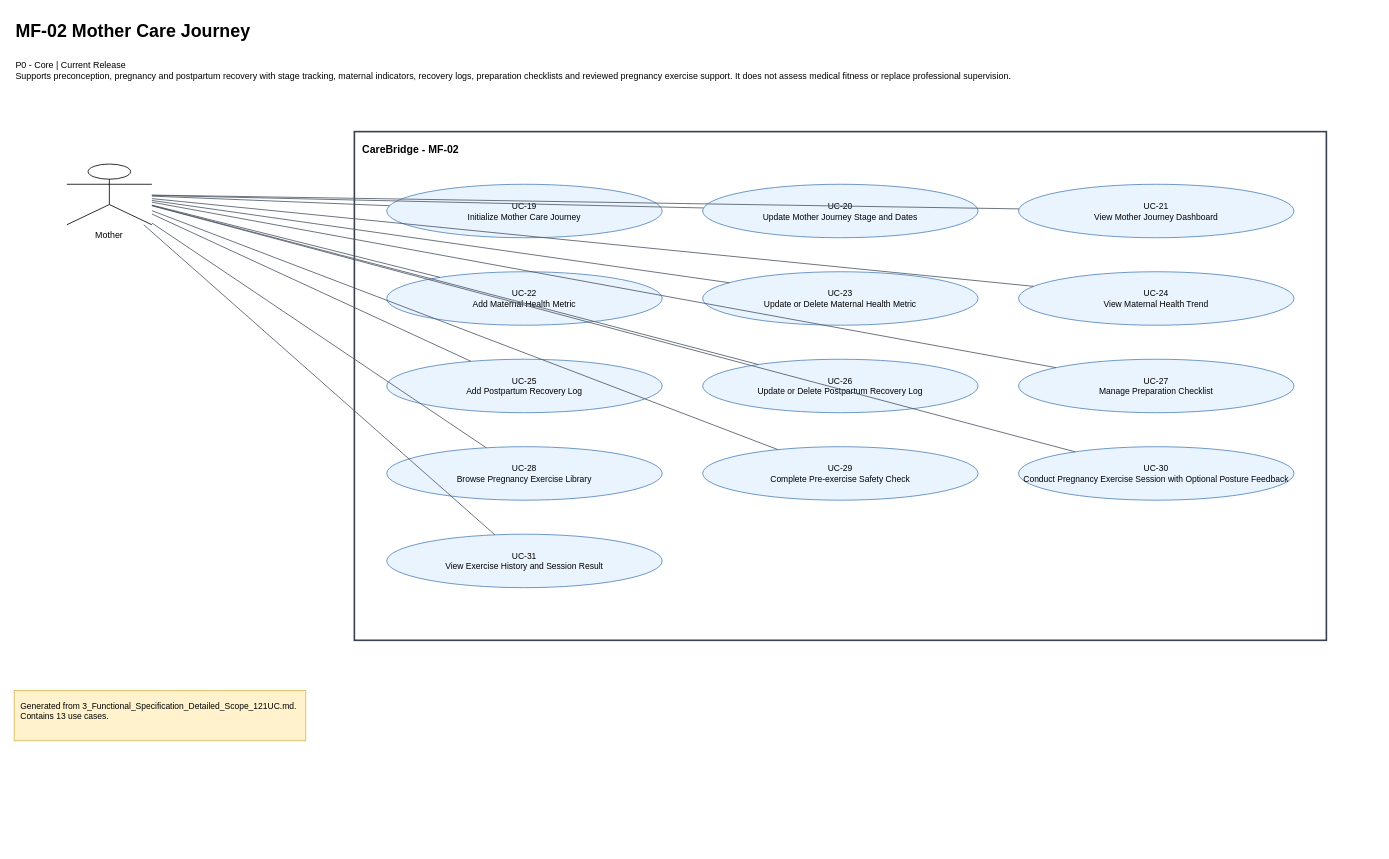
Before: page "D-02. MF-02 Mother Care Journey" (2 of 14) of 02_Requirements/UseCase/CareBridge_Use_Case_Diagrams.drawio in ChuongBDHE172784/CareBridge_SEP490_G79, a draw.io diagram. Source tidied: cells renumbered, new cells numbered last; positions are measured from the earlier drawing's top-left corner, leaving out a move shared by most shapes. Both pictures are drawn from the tidied source at 81%, with x=0, y=0 at pixel (14, 14).
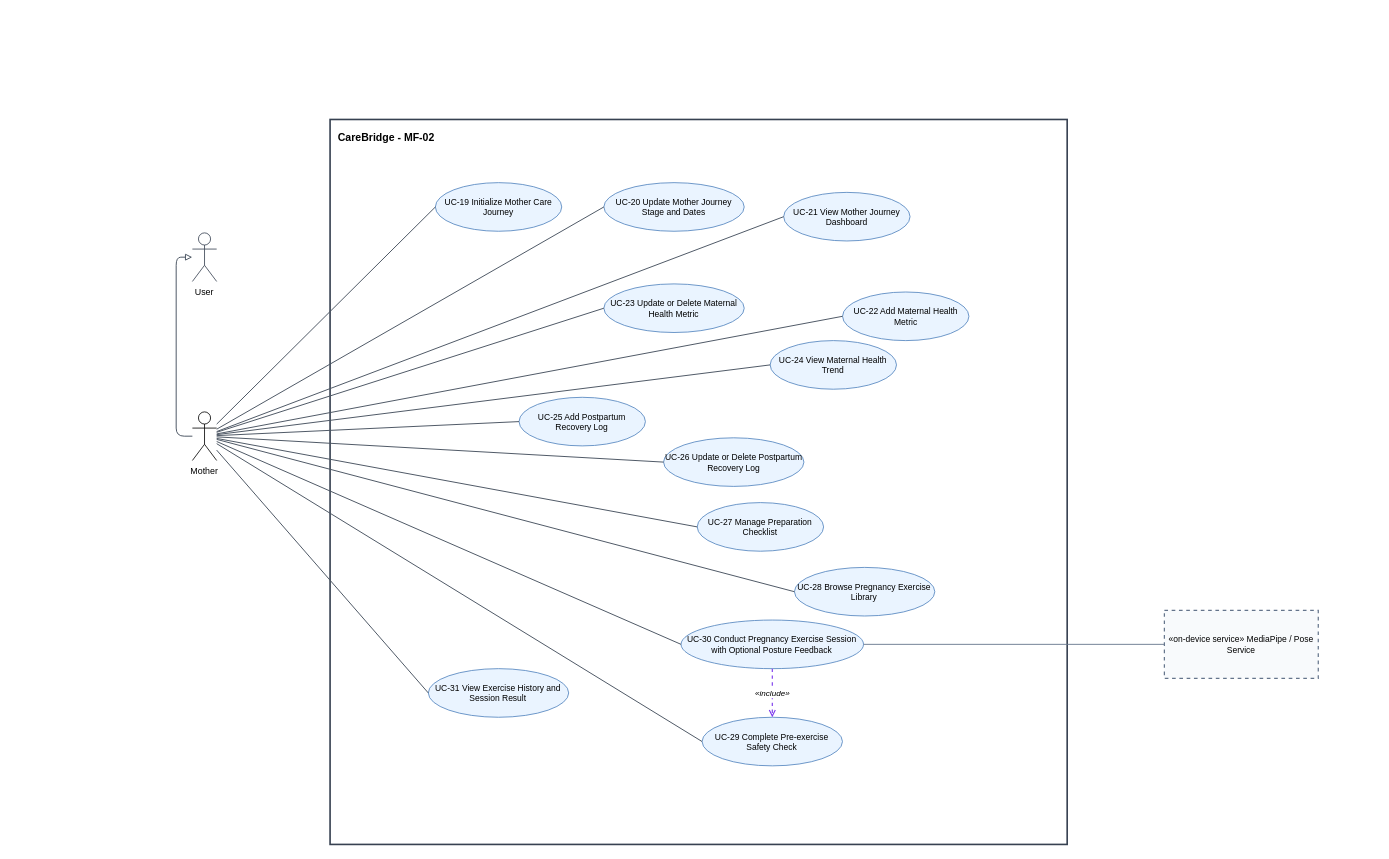
The same diagram, later.

What changed in the source:
```diff
@@
-    <mxCell id="2" value="MF-02 Mother Care Journey" style="text;html=1;strokeColor=none;fillColor=none;fontFamily=Arial;fontSize=22;fontStyle=1;align=left;verticalAlign=middle;" parent="1" vertex="1">
-      <mxGeometry width="1680" height="44" as="geometry" />
-    </mxCell>
-    <mxCell id="3" value="P0 - Core | Current Release&#10;Supports preconception, pregnancy and postpartum recovery with stage tracking, maternal indicators, recovery logs, preparation checklists and reviewed pregnancy exercise support. It does not assess medical fitness or replace professional supervision." style="text;html=1;strokeColor=none;fillColor=none;fontFamily=Arial;fontSize=11;align=left;verticalAlign=top;whiteSpace=wrap;" parent="1" vertex="1">
-      <mxGeometry y="50" width="1680" height="62" as="geometry" />
-    </mxCell>
     <mxCell id="4" value="CareBridge - MF-02" style="rounded=0;whiteSpace=wrap;html=1;fillColor=none;strokeColor=#374151;strokeWidth=2;fontFamily=Arial;fontSize=13;fontStyle=1;align=left;verticalAlign=top;spacing=10;" parent="1" vertex="1">
-      <mxGeometry x="420" y="145" width="1200" height="628" as="geometry" />
+      <mxGeometry x="390" y="130" width="910" height="895" as="geometry" />
     </mxCell>
-    <mxCell id="5" value="Generated from 3_Functional_Specification_Detailed_Scope_121UC.md. Contains 13 use cases." style="rounded=0;whiteSpace=wrap;html=1;fillColor=#FFF2CC;strokeColor=#D6B656;fontFamily=Arial;fontSize=10.5;align=left;verticalAlign=top;spacing=8;" parent="1" vertex="1">
-      <mxGeometry y="835" width="360" height="62" as="geometry" />
-    </mxCell>
-    <mxCell id="6" value="Mother" style="shape=umlActor;verticalLabelPosition=bottom;verticalAlign=top;html=1;outlineConnect=0;whiteSpace=wrap;fontFamily=Arial;fontSize=11;align=center;" parent="1" vertex="1">
-      <mxGeometry x="65" y="185" width="105" height="75" as="geometry" />
-    </mxCell>
-    <mxCell id="7" value="UC-19&#10;Initialize Mother Care Journey" style="ellipse;whiteSpace=wrap;html=1;fillColor=#EAF4FF;strokeColor=#4F81BD;strokeWidth=1;fontFamily=Arial;fontSize=10.5;align=center;verticalAlign=middle;" parent="1" vertex="1">
-      <mxGeometry x="460" y="210" width="340" height="66" as="geometry" />
+    <mxCell id="7" value="UC-19 Initialize Mother Care Journey" style="ellipse;whiteSpace=wrap;html=1;fillColor=#EAF4FF;strokeColor=#4F81BD;strokeWidth=1;fontFamily=Arial;fontSize=10.5;align=center;verticalAlign=middle;" parent="4" vertex="1">
+      <mxGeometry x="130" y="78" width="156" height="60" as="geometry" />
     </mxCell>
-    <mxCell id="8" value="UC-20&#10;Update Mother Journey Stage and Dates" style="ellipse;whiteSpace=wrap;html=1;fillColor=#EAF4FF;strokeColor=#4F81BD;strokeWidth=1;fontFamily=Arial;fontSize=10.5;align=center;verticalAlign=middle;" parent="1" vertex="1">
-      <mxGeometry x="850" y="210" width="340" height="66" as="geometry" />
+    <mxCell id="8" value="UC-20 Update Mother Journey Stage and Dates" style="ellipse;whiteSpace=wrap;html=1;fillColor=#EAF4FF;strokeColor=#4F81BD;strokeWidth=1;fontFamily=Arial;fontSize=10.5;align=center;verticalAlign=middle;" parent="4" vertex="1">
+      <mxGeometry x="338" y="78" width="173.3" height="60" as="geometry" />
     </mxCell>
-    <mxCell id="9" value="UC-21&#10;View Mother Journey Dashboard" style="ellipse;whiteSpace=wrap;html=1;fillColor=#EAF4FF;strokeColor=#4F81BD;strokeWidth=1;fontFamily=Arial;fontSize=10.5;align=center;verticalAlign=middle;" parent="1" vertex="1">
-      <mxGeometry x="1240" y="210" width="340" height="66" as="geometry" />
+    <mxCell id="9" value="UC-21 View Mother Journey Dashboard" style="ellipse;whiteSpace=wrap;html=1;fillColor=#EAF4FF;strokeColor=#4F81BD;strokeWidth=1;fontFamily=Arial;fontSize=10.5;align=center;verticalAlign=middle;" parent="4" vertex="1">
+      <mxGeometry x="560" y="90" width="156" height="60" as="geometry" />
     </mxCell>
-    <mxCell id="10" value="UC-22&#10;Add Maternal Health Metric" style="ellipse;whiteSpace=wrap;html=1;fillColor=#EAF4FF;strokeColor=#4F81BD;strokeWidth=1;fontFamily=Arial;fontSize=10.5;align=center;verticalAlign=middle;" parent="1" vertex="1">
-      <mxGeometry x="460" y="318" width="340" height="66" as="geometry" />
+    <mxCell id="10" value="UC-22 Add Maternal Health Metric" style="ellipse;whiteSpace=wrap;html=1;fillColor=#EAF4FF;strokeColor=#4F81BD;strokeWidth=1;fontFamily=Arial;fontSize=10.5;align=center;verticalAlign=middle;" parent="4" vertex="1">
+      <mxGeometry x="632.7" y="213" width="156" height="60" as="geometry" />
     </mxCell>
-    <mxCell id="11" value="UC-23&#10;Update or Delete Maternal Health Metric" style="ellipse;whiteSpace=wrap;html=1;fillColor=#EAF4FF;strokeColor=#4F81BD;strokeWidth=1;fontFamily=Arial;fontSize=10.5;align=center;verticalAlign=middle;" parent="1" vertex="1">
-      <mxGeometry x="850" y="318" width="340" height="66" as="geometry" />
+    <mxCell id="11" value="UC-23 Update or Delete Maternal Health Metric" style="ellipse;whiteSpace=wrap;html=1;fillColor=#EAF4FF;strokeColor=#4F81BD;strokeWidth=1;fontFamily=Arial;fontSize=10.5;align=center;verticalAlign=middle;" parent="4" vertex="1">
+      <mxGeometry x="338" y="203" width="173.3" height="60" as="geometry" />
     </mxCell>
-    <mxCell id="12" value="UC-24&#10;View Maternal Health Trend" style="ellipse;whiteSpace=wrap;html=1;fillColor=#EAF4FF;strokeColor=#4F81BD;strokeWidth=1;fontFamily=Arial;fontSize=10.5;align=center;verticalAlign=middle;" parent="1" vertex="1">
-      <mxGeometry x="1240" y="318" width="340" height="66" as="geometry" />
+    <mxCell id="12" value="UC-24 View Maternal Health Trend" style="ellipse;whiteSpace=wrap;html=1;fillColor=#EAF4FF;strokeColor=#4F81BD;strokeWidth=1;fontFamily=Arial;fontSize=10.5;align=center;verticalAlign=middle;" parent="4" vertex="1">
+      <mxGeometry x="543.3" y="273" width="156" height="60" as="geometry" />
     </mxCell>
-    <mxCell id="13" value="UC-25&#10;Add Postpartum Recovery Log" style="ellipse;whiteSpace=wrap;html=1;fillColor=#EAF4FF;strokeColor=#4F81BD;strokeWidth=1;fontFamily=Arial;fontSize=10.5;align=center;verticalAlign=middle;" parent="1" vertex="1">
-      <mxGeometry x="460" y="426" width="340" height="66" as="geometry" />
+    <mxCell id="13" value="UC-25 Add Postpartum Recovery Log" style="ellipse;whiteSpace=wrap;html=1;fillColor=#EAF4FF;strokeColor=#4F81BD;strokeWidth=1;fontFamily=Arial;fontSize=10.5;align=center;verticalAlign=middle;" parent="4" vertex="1">
+      <mxGeometry x="233.3" y="343" width="156" height="60" as="geometry" />
     </mxCell>
-    <mxCell id="14" value="UC-26&#10;Update or Delete Postpartum Recovery Log" style="ellipse;whiteSpace=wrap;html=1;fillColor=#EAF4FF;strokeColor=#4F81BD;strokeWidth=1;fontFamily=Arial;fontSize=10.5;align=center;verticalAlign=middle;" parent="1" vertex="1">
-      <mxGeometry x="850" y="426" width="340" height="66" as="geometry" />
+    <mxCell id="14" value="UC-26 Update or Delete Postpartum Recovery Log" style="ellipse;whiteSpace=wrap;html=1;fillColor=#EAF4FF;strokeColor=#4F81BD;strokeWidth=1;fontFamily=Arial;fontSize=10.5;align=center;verticalAlign=middle;" parent="4" vertex="1">
+      <mxGeometry x="411.7" y="393" width="173.3" height="60" as="geometry" />
     </mxCell>
-    <mxCell id="15" value="UC-27&#10;Manage Preparation Checklist" style="ellipse;whiteSpace=wrap;html=1;fillColor=#EAF4FF;strokeColor=#4F81BD;strokeWidth=1;fontFamily=Arial;fontSize=10.5;align=center;verticalAlign=middle;" parent="1" vertex="1">
-      <mxGeometry x="1240" y="426" width="340" height="66" as="geometry" />
+    <mxCell id="15" value="UC-27 Manage Preparation Checklist" style="ellipse;whiteSpace=wrap;html=1;fillColor=#EAF4FF;strokeColor=#4F81BD;strokeWidth=1;fontFamily=Arial;fontSize=10.5;align=center;verticalAlign=middle;" parent="4" vertex="1">
+      <mxGeometry x="453.3" y="473" width="156" height="60" as="geometry" />
     </mxCell>
-    <mxCell id="16" value="UC-28&#10;Browse Pregnancy Exercise Library" style="ellipse;whiteSpace=wrap;html=1;fillColor=#EAF4FF;strokeColor=#4F81BD;strokeWidth=1;fontFamily=Arial;fontSize=10.5;align=center;verticalAlign=middle;" parent="1" vertex="1">
-      <mxGeometry x="460" y="534" width="340" height="66" as="geometry" />
+    <mxCell id="16" value="UC-28 Browse Pregnancy Exercise Library" style="ellipse;whiteSpace=wrap;html=1;fillColor=#EAF4FF;strokeColor=#4F81BD;strokeWidth=1;fontFamily=Arial;fontSize=10.5;align=center;verticalAlign=middle;" parent="4" vertex="1">
+      <mxGeometry x="573.3" y="553" width="173.3" height="60" as="geometry" />
     </mxCell>
-    <mxCell id="17" value="UC-29&#10;Complete Pre-exercise Safety Check" style="ellipse;whiteSpace=wrap;html=1;fillColor=#EAF4FF;strokeColor=#4F81BD;strokeWidth=1;fontFamily=Arial;fontSize=10.5;align=center;verticalAlign=middle;" parent="1" vertex="1">
-      <mxGeometry x="850" y="534" width="340" height="66" as="geometry" />
+    <mxCell id="17" value="UC-29 Complete Pre-exercise Safety Check" style="ellipse;whiteSpace=wrap;html=1;fillColor=#EAF4FF;strokeColor=#4F81BD;strokeWidth=1;fontFamily=Arial;fontSize=10.5;align=center;verticalAlign=middle;" parent="4" vertex="1">
+      <mxGeometry x="459.3" y="738" width="173.3" height="60" as="geometry" />
     </mxCell>
-    <mxCell id="18" value="UC-30&#10;Conduct Pregnancy Exercise Session with Optional Posture Feedback" style="ellipse;whiteSpace=wrap;html=1;fillColor=#EAF4FF;strokeColor=#4F81BD;strokeWidth=1;fontFamily=Arial;fontSize=10.5;align=center;verticalAlign=middle;" parent="1" vertex="1">
-      <mxGeometry x="1240" y="534" width="340" height="66" as="geometry" />
+    <mxCell id="18" value="UC-30 Conduct Pregnancy Exercise Session with Optional Posture Feedback" style="ellipse;whiteSpace=wrap;html=1;fillColor=#EAF4FF;strokeColor=#4F81BD;strokeWidth=1;fontFamily=Arial;fontSize=10.5;align=center;verticalAlign=middle;" parent="4" vertex="1">
+      <mxGeometry x="433.3" y="618" width="225.3" height="60" as="geometry" />
     </mxCell>
-    <mxCell id="19" value="UC-31&#10;View Exercise History and Session Result" style="ellipse;whiteSpace=wrap;html=1;fillColor=#EAF4FF;strokeColor=#4F81BD;strokeWidth=1;fontFamily=Arial;fontSize=10.5;align=center;verticalAlign=middle;" parent="1" vertex="1">
-      <mxGeometry x="460" y="642" width="340" height="66" as="geometry" />
+    <mxCell id="19" value="UC-31 View Exercise History and Session Result" style="ellipse;whiteSpace=wrap;html=1;fillColor=#EAF4FF;strokeColor=#4F81BD;strokeWidth=1;fontFamily=Arial;fontSize=10.5;align=center;verticalAlign=middle;" parent="4" vertex="1">
+      <mxGeometry x="121.3" y="678" width="173.3" height="60" as="geometry" />
     </mxCell>
+    <mxCell id="33" value="«include»" style="rounded=1;jettySize=auto;html=1;dashed=1;endArrow=open;endFill=0;strokeColor=#7C3AED;strokeWidth=1.4;fontFamily=Arial;fontSize=10;fontStyle=2;labelBackgroundColor=#FFFFFF;" parent="4" edge="1" source="18" target="17">
+      <mxGeometry relative="1" as="geometry" />
+    </mxCell>
+    <mxCell id="6" value="Mother" style="shape=umlActor;verticalLabelPosition=bottom;verticalAlign=top;html=1;outlineConnect=0;whiteSpace=wrap;fontFamily=Arial;fontSize=11;align=center;" parent="1" vertex="1">
+      <mxGeometry x="220" y="491" width="30" height="60" as="geometry" />
+    </mxCell>
-    <mxCell id="20" style="endArrow=none;html=1;rounded=0;strokeColor=#4B5563;fontFamily=Arial;fontSize=9;" parent="1" edge="1" source="6" target="7">
+    <mxCell id="20" style="endArrow=none;html=1;rounded=0;strokeColor=#4B5563;fontFamily=Arial;fontSize=9;entryX=0;strokeWidth=1.2;edgeStyle=none;jettySize=auto;entryDy=0;entryY=0.5;entryDx=0;" parent="1" edge="1" source="6" target="7">
       <mxGeometry relative="1" as="geometry" />
     </mxCell>
-    <mxCell id="21" style="endArrow=none;html=1;rounded=0;strokeColor=#4B5563;fontFamily=Arial;fontSize=9;" parent="1" edge="1" source="6" target="8">
+    <mxCell id="21" style="endArrow=none;html=1;rounded=0;strokeColor=#4B5563;fontFamily=Arial;fontSize=9;entryX=0;strokeWidth=1.2;edgeStyle=none;jettySize=auto;entryDy=0;entryY=0.5;entryDx=0;" parent="1" edge="1" source="6" target="8">
       <mxGeometry relative="1" as="geometry" />
     </mxCell>
-    <mxCell id="22" style="endArrow=none;html=1;rounded=0;strokeColor=#4B5563;fontFamily=Arial;fontSize=9;" parent="1" edge="1" source="6" target="9">
+    <mxCell id="22" style="endArrow=none;html=1;rounded=0;strokeColor=#4B5563;fontFamily=Arial;fontSize=9;entryX=0;strokeWidth=1.2;edgeStyle=none;jettySize=auto;entryDy=0;entryY=0.5;entryDx=0;" parent="1" edge="1" source="6" target="9">
       <mxGeometry relative="1" as="geometry" />
     </mxCell>
-    <mxCell id="23" style="endArrow=none;html=1;rounded=0;strokeColor=#4B5563;fontFamily=Arial;fontSize=9;" parent="1" edge="1" source="6" target="10">
+    <mxCell id="23" style="endArrow=none;html=1;rounded=0;strokeColor=#4B5563;fontFamily=Arial;fontSize=9;entryX=0;strokeWidth=1.2;edgeStyle=none;jettySize=auto;entryDy=0;entryY=0.5;entryDx=0;" parent="1" edge="1" source="6" target="10">
       <mxGeometry relative="1" as="geometry" />
     </mxCell>
-    <mxCell id="24" style="endArrow=none;html=1;rounded=0;strokeColor=#4B5563;fontFamily=Arial;fontSize=9;" parent="1" edge="1" source="6" target="11">
+    <mxCell id="24" style="endArrow=none;html=1;rounded=0;strokeColor=#4B5563;fontFamily=Arial;fontSize=9;entryX=0;strokeWidth=1.2;edgeStyle=none;jettySize=auto;entryDy=0;entryY=0.5;entryDx=0;" parent="1" edge="1" source="6" target="11">
       <mxGeometry relative="1" as="geometry" />
     </mxCell>
-    <mxCell id="25" style="endArrow=none;html=1;rounded=0;strokeColor=#4B5563;fontFamily=Arial;fontSize=9;" parent="1" edge="1" source="6" target="12">
+    <mxCell id="25" style="endArrow=none;html=1;rounded=0;strokeColor=#4B5563;fontFamily=Arial;fontSize=9;entryX=0;strokeWidth=1.2;edgeStyle=none;jettySize=auto;entryDy=0;entryY=0.5;entryDx=0;" parent="1" edge="1" source="6" target="12">
       <mxGeometry relative="1" as="geometry" />
     </mxCell>
-    <mxCell id="26" style="endArrow=none;html=1;rounded=0;strokeColor=#4B5563;fontFamily=Arial;fontSize=9;" parent="1" edge="1" source="6" target="13">
+    <mxCell id="26" style="endArrow=none;html=1;rounded=0;strokeColor=#4B5563;fontFamily=Arial;fontSize=9;entryX=0;strokeWidth=1.2;edgeStyle=none;jettySize=auto;entryDy=0;entryY=0.5;entryDx=0;" parent="1" edge="1" source="6" target="13">
       <mxGeometry relative="1" as="geometry" />
     </mxCell>
-    <mxCell id="27" style="endArrow=none;html=1;rounded=0;strokeColor=#4B5563;fontFamily=Arial;fontSize=9;" parent="1" edge="1" source="6" target="14">
+    <mxCell id="27" style="endArrow=none;html=1;rounded=0;strokeColor=#4B5563;fontFamily=Arial;fontSize=9;entryX=0;strokeWidth=1.2;edgeStyle=none;jettySize=auto;entryDy=0;entryY=0.5;entryDx=0;" parent="1" edge="1" source="6" target="14">
       <mxGeometry relative="1" as="geometry" />
     </mxCell>
-    <mxCell id="28" style="endArrow=none;html=1;rounded=0;strokeColor=#4B5563;fontFamily=Arial;fontSize=9;" parent="1" edge="1" source="6" target="15">
+    <mxCell id="28" style="endArrow=none;html=1;rounded=0;strokeColor=#4B5563;fontFamily=Arial;fontSize=9;entryX=0;strokeWidth=1.2;edgeStyle=none;jettySize=auto;entryDy=0;entryY=0.5;entryDx=0;" parent="1" edge="1" source="6" target="15">
       <mxGeometry relative="1" as="geometry" />
     </mxCell>
-    <mxCell id="29" style="endArrow=none;html=1;rounded=0;strokeColor=#4B5563;fontFamily=Arial;fontSize=9;" parent="1" edge="1" source="6" target="16">
+    <mxCell id="29" style="endArrow=none;html=1;rounded=0;strokeColor=#4B5563;fontFamily=Arial;fontSize=9;entryX=0;strokeWidth=1.2;edgeStyle=none;jettySize=auto;entryDy=0;entryY=0.5;entryDx=0;" parent="1" edge="1" source="6" target="16">
       <mxGeometry relative="1" as="geometry" />
     </mxCell>
-    <mxCell id="30" style="endArrow=none;html=1;rounded=0;strokeColor=#4B5563;fontFamily=Arial;fontSize=9;" parent="1" edge="1" source="6" target="17">
+    <mxCell id="30" style="endArrow=none;html=1;rounded=0;strokeColor=#4B5563;fontFamily=Arial;fontSize=9;entryX=0;strokeWidth=1.2;edgeStyle=none;jettySize=auto;entryDy=0;entryY=0.5;entryDx=0;" parent="1" edge="1" source="6" target="17">
       <mxGeometry relative="1" as="geometry" />
     </mxCell>
-    <mxCell id="31" style="endArrow=none;html=1;rounded=0;strokeColor=#4B5563;fontFamily=Arial;fontSize=9;" parent="1" edge="1" source="6" target="18">
+    <mxCell id="31" style="endArrow=none;html=1;rounded=0;strokeColor=#4B5563;fontFamily=Arial;fontSize=9;entryX=0;strokeWidth=1.2;edgeStyle=none;jettySize=auto;entryDy=0;entryY=0.5;entryDx=0;" parent="1" edge="1" source="6" target="18">
       <mxGeometry relative="1" as="geometry" />
     </mxCell>
-    <mxCell id="32" style="endArrow=none;html=1;rounded=0;strokeColor=#4B5563;fontFamily=Arial;fontSize=9;" parent="1" edge="1" source="6" target="19">
+    <mxCell id="32" style="endArrow=none;html=1;rounded=0;strokeColor=#4B5563;fontFamily=Arial;fontSize=9;entryX=0;strokeWidth=1.2;edgeStyle=none;jettySize=auto;entryDy=0;entryY=0.5;entryDx=0;" parent="1" edge="1" source="6" target="19">
       <mxGeometry relative="1" as="geometry" />
     </mxCell>
+    <mxCell id="34" value="«on-device service» MediaPipe / Pose Service" style="rounded=0;whiteSpace=wrap;html=1;fillColor=#F8FAFC;strokeColor=#64748B;strokeWidth=1.5;dashed=1;fontFamily=Arial;fontSize=10.5;align=center;verticalAlign=middle;spacing=6;" parent="1" vertex="1">
+      <mxGeometry x="1420" y="736" width="190" height="84" as="geometry" />
+    </mxCell>
+    <mxCell id="35" style="edgeStyle=none;rounded=0;jettySize=auto;html=1;endArrow=none;strokeColor=#64748B;strokeWidth=1.1;exitDx=0;entryX=1;exitY=0.5;entryDy=0;exitDy=0;entryY=0.5;entryDx=0;exitX=0;" parent="1" edge="1" source="34" target="18">
+      <mxGeometry relative="1" as="geometry" />
+    </mxCell>
+    <mxCell id="36" value="User" style="shape=umlActor;verticalLabelPosition=bottom;verticalAlign=top;html=1;outlineConnect=0;whiteSpace=wrap;fontFamily=Arial;fontSize=11;align=center;strokeColor=#374151;fillColor=#FFFFFF;" parent="1" vertex="1">
+      <mxGeometry x="220" y="270" width="30" height="60" as="geometry" />
+    </mxCell>
+    <mxCell id="37" style="edgeStyle=orthogonalEdgeStyle;rounded=1;jettySize=auto;html=1;endArrow=block;endFill=0;strokeColor=#4B5563;strokeWidth=1.2;exitDy=0;exitDx=0;entryDx=0;entryY=0.5;exitX=0;exitY=0.5;entryDy=0;entryX=0;" parent="1" edge="1" source="6" target="36">
+      <mxGeometry relative="1" as="geometry" />
+    </mxCell>
```
